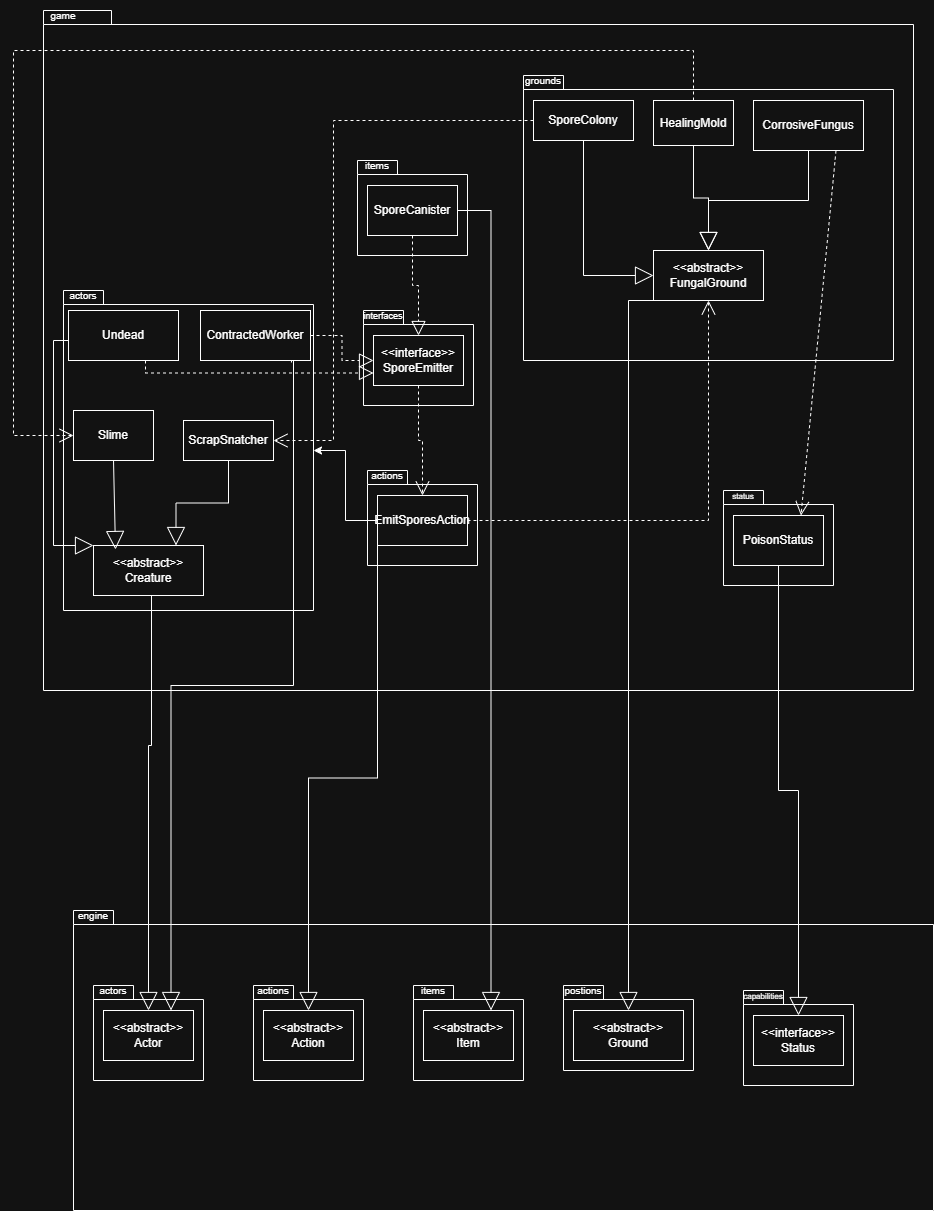
This is docs/design/ass3/REQ3-uml.png from ennn05/Garbage-Collector-Inc., a draw.io export, as it was before one commit. Source tidied: cells renumbered, new cells last; positions are measured from the earlier drawing's top-left corner, leaving out a move shared by most shapes.
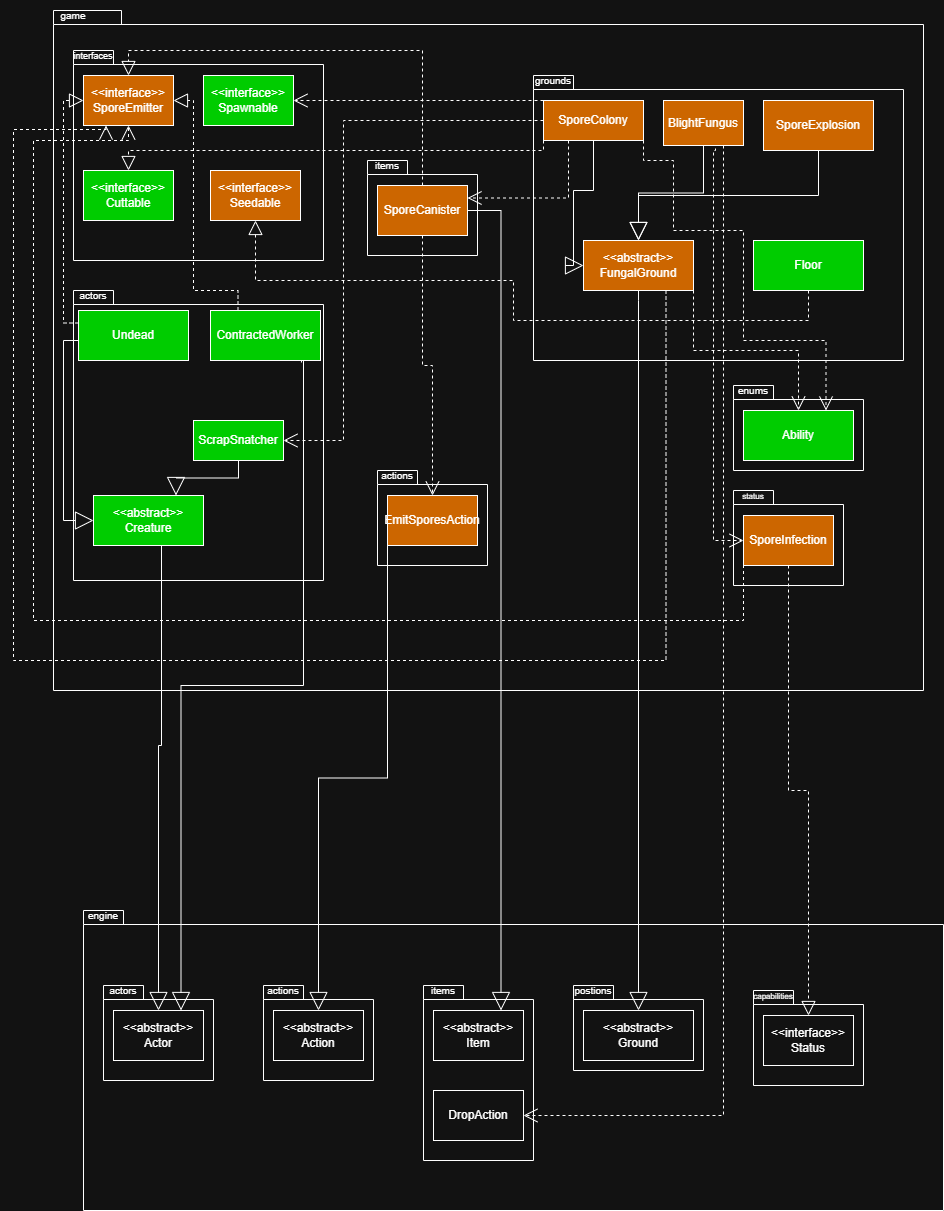
After the commit.

Commit message:
Docs: Req3 uml update

Change to the diagram source:
```diff
@@ -11,3 +11,3 @@
     <mxCell id="4" style="shape=folder;fontStyle=1;spacingTop=10;tabWidth=40;tabHeight=14;tabPosition=left;html=1;whiteSpace=wrap;" parent="1" vertex="1">
-      <mxGeometry x="50" y="290" width="250" height="320" as="geometry" />
+      <mxGeometry x="50" y="290" width="250" height="290" as="geometry" />
     </mxCell>
@@ -16,10 +16,10 @@
     </mxCell>
-    <mxCell id="6" value="Undead" style="html=1;whiteSpace=wrap;" parent="1" vertex="1">
+    <mxCell id="6" value="Undead" style="html=1;whiteSpace=wrap;fillColor=light-dark(#FFFFFF,#00CC00);" parent="1" vertex="1">
       <mxGeometry x="55" y="310" width="110" height="50" as="geometry" />
     </mxCell>
-    <mxCell id="7" value="ContractedWorker" style="html=1;whiteSpace=wrap;" parent="1" vertex="1">
+    <mxCell id="7" value="ContractedWorker" style="html=1;whiteSpace=wrap;fillColor=light-dark(#FFFFFF,#00CC00);" parent="1" vertex="1">
       <mxGeometry x="187" y="310" width="110" height="50" as="geometry" />
     </mxCell>
-    <mxCell id="8" value="&amp;lt;&amp;lt;abstract&amp;gt;&amp;gt;&lt;div&gt;Creature&lt;/div&gt;" style="html=1;whiteSpace=wrap;" parent="1" vertex="1">
-      <mxGeometry x="80" y="545" width="110" height="50" as="geometry" />
+    <mxCell id="8" value="&amp;lt;&amp;lt;abstract&amp;gt;&amp;gt;&lt;div&gt;Creature&lt;/div&gt;" style="html=1;whiteSpace=wrap;fillColor=light-dark(#FFFFFF,#00CC00);" parent="1" vertex="1">
+      <mxGeometry x="70" y="495" width="110" height="50" as="geometry" />
     </mxCell>
@@ -59,3 +59,3 @@
     <mxCell id="20" style="shape=folder;fontStyle=1;spacingTop=10;tabWidth=40;tabHeight=14;tabPosition=left;html=1;whiteSpace=wrap;" parent="1" vertex="1">
-      <mxGeometry x="400" y="985" width="110" height="95" as="geometry" />
+      <mxGeometry x="400" y="985" width="110" height="175" as="geometry" />
     </mxCell>
@@ -84,3 +84,3 @@
     </mxCell>
-    <mxCell id="27" style="endArrow=block;endSize=16;endFill=0;html=1;rounded=0;exitX=0;exitY=0.5;exitDx=0;exitDy=0;entryX=0;entryY=0;entryDx=0;entryDy=0;edgeStyle=orthogonalEdgeStyle;" parent="1" edge="1" source="6" target="8">
+    <mxCell id="27" style="endArrow=block;endSize=16;endFill=0;html=1;rounded=0;exitX=0;exitY=0.5;exitDx=0;exitDy=0;entryX=0;entryY=0.5;entryDx=0;entryDy=0;edgeStyle=orthogonalEdgeStyle;" parent="1" edge="1" source="6" target="8">
       <mxGeometry relative="1" as="geometry">
@@ -89,3 +89,3 @@
           <mxPoint x="40" y="340" />
-          <mxPoint x="40" y="545" />
+          <mxPoint x="40" y="520" />
         </Array>
@@ -109,3 +109,3 @@
     </mxCell>
-    <mxCell id="31" value="SporeCanister" style="html=1;whiteSpace=wrap;" parent="1" vertex="1">
+    <mxCell id="31" value="SporeCanister" style="html=1;whiteSpace=wrap;fillColor=light-dark(#FFFFFF,#CC6600);" parent="1" vertex="1">
       <mxGeometry x="354" y="185" width="90" height="50" as="geometry" />
@@ -113,9 +113,9 @@
     <mxCell id="32" style="shape=folder;fontStyle=1;spacingTop=10;tabWidth=40;tabHeight=14;tabPosition=left;html=1;whiteSpace=wrap;" parent="1" vertex="1">
-      <mxGeometry x="350" y="310" width="110" height="95" as="geometry" />
+      <mxGeometry x="50" y="50" width="250" height="210" as="geometry" />
     </mxCell>
     <mxCell id="33" value="&lt;font style=&quot;font-size: 9px;&quot;&gt;interfaces&lt;/font&gt;" style="text;html=1;whiteSpace=wrap;strokeColor=none;fillColor=none;align=center;verticalAlign=middle;rounded=0;" parent="1" vertex="1">
-      <mxGeometry x="340" y="300" width="60" height="30" as="geometry" />
+      <mxGeometry x="40" y="40" width="60" height="30" as="geometry" />
     </mxCell>
-    <mxCell id="34" value="&amp;lt;&amp;lt;interface&amp;gt;&amp;gt;&lt;div&gt;SporeEmitter&lt;/div&gt;" style="html=1;whiteSpace=wrap;" parent="1" vertex="1">
-      <mxGeometry x="360" y="335" width="90" height="50" as="geometry" />
+    <mxCell id="34" value="&amp;lt;&amp;lt;interface&amp;gt;&amp;gt;&lt;div&gt;SporeEmitter&lt;/div&gt;" style="html=1;whiteSpace=wrap;fillColor=light-dark(#FFFFFF,#CC6600);" parent="1" vertex="1">
+      <mxGeometry x="60" y="75" width="90" height="50" as="geometry" />
     </mxCell>
@@ -127,6 +127,3 @@
     </mxCell>
-    <mxCell id="37" style="edgeStyle=orthogonalEdgeStyle;rounded=0;jettySize=auto;html=1;" parent="1" edge="1" source="38" target="4">
-      <mxGeometry relative="1" as="geometry" />
-    </mxCell>
-    <mxCell id="38" value="EmitSporesAction" style="html=1;whiteSpace=wrap;" parent="1" vertex="1">
+    <mxCell id="38" value="EmitSporesAction" style="html=1;whiteSpace=wrap;fillColor=light-dark(#FFFFFF,#CC6600);" parent="1" vertex="1">
       <mxGeometry x="364" y="495" width="90" height="50" as="geometry" />
@@ -136,5 +133,2 @@
     </mxCell>
-    <mxCell id="40" style="endArrow=open;endSize=12;dashed=1;html=1;rounded=0;exitX=0.5;exitY=1;exitDx=0;exitDy=0;entryX=0.5;entryY=0;entryDx=0;entryDy=0;edgeStyle=orthogonalEdgeStyle;" parent="1" edge="1" source="34" target="38">
-      <mxGeometry relative="1" as="geometry" />
-    </mxCell>
     <mxCell id="41" style="endArrow=block;endSize=16;endFill=0;html=1;rounded=0;exitX=1;exitY=0.5;exitDx=0;exitDy=0;entryX=0.75;entryY=0;entryDx=0;entryDy=0;edgeStyle=orthogonalEdgeStyle;" parent="1" edge="1" source="31" target="22">
@@ -142,18 +136,3 @@
     </mxCell>
-    <mxCell id="42" style="endArrow=block;dashed=1;endFill=0;endSize=12;html=1;rounded=0;exitX=1;exitY=0.5;exitDx=0;exitDy=0;entryX=0;entryY=0.5;entryDx=0;entryDy=0;edgeStyle=orthogonalEdgeStyle;" parent="1" edge="1" source="7" target="34">
-      <mxGeometry relative="1" as="geometry" />
-    </mxCell>
-    <mxCell id="43" style="endArrow=block;dashed=1;endFill=0;endSize=12;html=1;rounded=0;exitX=0.7;exitY=1;exitDx=0;exitDy=0;exitPerimeter=0;entryX=0;entryY=0.75;entryDx=0;entryDy=0;edgeStyle=orthogonalEdgeStyle;" parent="1" edge="1" source="6" target="34">
-      <mxGeometry relative="1" as="geometry" />
-    </mxCell>
-    <mxCell id="44" style="endArrow=block;dashed=1;endFill=0;endSize=12;html=1;rounded=0;exitX=0.5;exitY=1;exitDx=0;exitDy=0;entryX=0.5;entryY=0;entryDx=0;entryDy=0;edgeStyle=orthogonalEdgeStyle;" parent="1" edge="1" source="31" target="34">
-      <mxGeometry relative="1" as="geometry" />
-    </mxCell>
-    <mxCell id="45" value="Slime" style="html=1;whiteSpace=wrap;" parent="1" vertex="1">
-      <mxGeometry x="60" y="410" width="80" height="50" as="geometry" />
-    </mxCell>
-    <mxCell id="46" style="endArrow=block;endSize=16;endFill=0;html=1;rounded=0;exitX=0.5;exitY=1;exitDx=0;exitDy=0;entryX=0.2;entryY=0.08;entryDx=0;entryDy=0;entryPerimeter=0;" parent="1" edge="1" source="45" target="8">
-      <mxGeometry relative="1" as="geometry" />
-    </mxCell>
-    <mxCell id="47" value="ScrapSnatcher" style="html=1;whiteSpace=wrap;" parent="1" vertex="1">
+    <mxCell id="47" value="ScrapSnatcher" style="html=1;whiteSpace=wrap;fillColor=light-dark(#FFFFFF,#00CC00);" parent="1" vertex="1">
       <mxGeometry x="170" y="420" width="90" height="40" as="geometry" />
@@ -169,3 +148,3 @@
     </mxCell>
-    <mxCell id="51" value="SporeColony" style="html=1;whiteSpace=wrap;" parent="1" vertex="1">
+    <mxCell id="51" value="SporeColony" style="html=1;whiteSpace=wrap;fillColor=light-dark(#FFFFFF,#CC6600);" parent="1" vertex="1">
       <mxGeometry x="520" y="100" width="100" height="40" as="geometry" />
@@ -180,19 +159,10 @@
     </mxCell>
-    <mxCell id="53" value="HealingMold" style="html=1;whiteSpace=wrap;" parent="1" vertex="1">
+    <mxCell id="53" value="BlightFungus" style="html=1;whiteSpace=wrap;fillColor=light-dark(#FFFFFF,#CC6600);" parent="1" vertex="1">
       <mxGeometry x="640" y="100" width="80" height="45" as="geometry" />
     </mxCell>
-    <mxCell id="54" style="endArrow=open;endSize=12;dashed=1;html=1;rounded=0;exitX=0.5;exitY=0;exitDx=0;exitDy=0;entryX=0;entryY=0.5;entryDx=0;entryDy=0;edgeStyle=orthogonalEdgeStyle;" parent="1" edge="1" source="53" target="45">
-      <mxGeometry relative="1" as="geometry">
-        <Array as="points">
-          <mxPoint x="680" y="50" />
-          <mxPoint y="50" />
-          <mxPoint y="435" />
-        </Array>
-      </mxGeometry>
-    </mxCell>
-    <mxCell id="55" value="CorrosiveFungus&lt;span style=&quot;color: rgba(0, 0, 0, 0); font-family: monospace; font-size: 0px; text-align: start; white-space: nowrap;&quot;&gt;%3CmxGraphModel%3E%3Croot%3E%3CmxCell%20id%3D%220%22%2F%3E%3CmxCell%20id%3D%221%22%20parent%3D%220%22%2F%3E%3CmxCell%20id%3D%222%22%20parent%3D%221%22%20style%3D%22shape%3Dfolder%3BfontStyle%3D1%3BspacingTop%3D10%3BtabWidth%3D40%3BtabHeight%3D14%3BtabPosition%3Dleft%3Bhtml%3D1%3BwhiteSpace%3Dwrap%3B%22%20value%3D%22%22%20vertex%3D%221%22%3E%3CmxGeometry%20height%3D%2285%22%20width%3D%22130%22%20x%3D%22570%22%20y%3D%221025%22%20as%3D%22geometry%22%2F%3E%3C%2FmxCell%3E%3CmxCell%20id%3D%223%22%20parent%3D%221%22%20style%3D%22text%3Bhtml%3D1%3BwhiteSpace%3Dwrap%3BstrokeColor%3Dnone%3BfillColor%3Dnone%3Balign%3Dcenter%3BverticalAlign%3Dmiddle%3Brounded%3D0%3B%22%20value%3D%22%26lt%3Bfont%20style%3D%26quot%3Bfont-size%3A%2010px%3B%26quot%3B%26gt%3Bpostions%26lt%3B%2Ffont%26gt%3B%22%20vertex%3D%221%22%3E%3CmxGeometry%20height%3D%2230%22%20width%3D%2260%22%20x%3D%22560%22%20y%3D%221015%22%20as%3D%22geometry%22%2F%3E%3C%2FmxCell%3E%3CmxCell%20id%3D%224%22%20parent%3D%221%22%20style%3D%22html%3D1%3BwhiteSpace%3Dwrap%3B%22%20value%3D%22%26amp%3Blt%3B%26amp%3Blt%3Babstract%26amp%3Bgt%3B%26amp%3Bgt%3B%26lt%3Bbr%26gt%3BGround%22%20vertex%3D%221%22%3E%3CmxGeometry%20height%3D%2250%22%20width%3D%22110%22%20x%3D%22580%22%20y%3D%221050%22%20as%3D%22geometry%22%2F%3E%3C%2FmxCell%3E%3C%2Froot%3E%3C%2FmxGraphModel%3&lt;/span&gt;" style="html=1;whiteSpace=wrap;" parent="1" vertex="1">
+    <mxCell id="55" value="SporeExplosion" style="html=1;whiteSpace=wrap;fillColor=light-dark(#FFFFFF,#CC6600);" parent="1" vertex="1">
       <mxGeometry x="740" y="100" width="110" height="50" as="geometry" />
     </mxCell>
-    <mxCell id="56" value="&amp;lt;&amp;lt;abstract&amp;gt;&amp;gt;&lt;div&gt;FungalGround&lt;/div&gt;" style="html=1;whiteSpace=wrap;" parent="1" vertex="1">
-      <mxGeometry x="640" y="250" width="110" height="50" as="geometry" />
+    <mxCell id="56" value="&amp;lt;&amp;lt;abstract&amp;gt;&amp;gt;&lt;div&gt;FungalGround&lt;/div&gt;" style="html=1;whiteSpace=wrap;fillColor=light-dark(#FFFFFF,#CC6600);" parent="1" vertex="1">
+      <mxGeometry x="560" y="240" width="110" height="50" as="geometry" />
     </mxCell>
@@ -220,14 +190,132 @@
     </mxCell>
-    <mxCell id="63" value="PoisonStatus" style="html=1;whiteSpace=wrap;" parent="1" vertex="1">
+    <mxCell id="63" value="SporeInfection" style="html=1;whiteSpace=wrap;fillColor=light-dark(#FFFFFF,#CC6600);" parent="1" vertex="1">
       <mxGeometry x="720" y="515" width="90" height="50" as="geometry" />
     </mxCell>
-    <mxCell id="64" style="endArrow=open;endSize=12;dashed=1;html=1;rounded=0;exitX=0.75;exitY=1;exitDx=0;exitDy=0;entryX=0.75;entryY=0;entryDx=0;entryDy=0;" parent="1" edge="1" source="55" target="63">
-      <mxGeometry relative="1" as="geometry" />
+    <mxCell id="64" style="endArrow=open;endSize=12;dashed=1;html=1;rounded=0;exitX=0.65;exitY=1.067;exitDx=0;exitDy=0;entryX=0;entryY=0.5;entryDx=0;entryDy=0;edgeStyle=orthogonalEdgeStyle;exitPerimeter=0;" parent="1" edge="1" source="53" target="63">
+      <mxGeometry relative="1" as="geometry">
+        <Array as="points">
+          <mxPoint x="692" y="150" />
+          <mxPoint x="690" y="150" />
+          <mxPoint x="690" y="540" />
+        </Array>
+      </mxGeometry>
     </mxCell>
+    <mxCell id="67" style="shape=folder;fontStyle=1;spacingTop=10;tabWidth=40;tabHeight=14;tabPosition=left;html=1;whiteSpace=wrap;" parent="1" vertex="1">
+      <mxGeometry x="710" y="385" width="130" height="85" as="geometry" />
+    </mxCell>
+    <mxCell id="68" value="&lt;span style=&quot;font-size: 10px;&quot;&gt;enums&lt;/span&gt;" style="text;html=1;whiteSpace=wrap;strokeColor=none;fillColor=none;align=center;verticalAlign=middle;rounded=0;" parent="1" vertex="1">
+      <mxGeometry x="700" y="375" width="60" height="30" as="geometry" />
+    </mxCell>
+    <mxCell id="69" value="Ability" style="html=1;whiteSpace=wrap;fillColor=light-dark(#FFFFFF,#00CC00);" parent="1" vertex="1">
+      <mxGeometry x="720" y="410" width="110" height="50" as="geometry" />
+    </mxCell>
+    <mxCell id="70" value="DropAction" style="html=1;whiteSpace=wrap;" parent="1" vertex="1">
+      <mxGeometry x="410" y="1090" width="90" height="50" as="geometry" />
+    </mxCell>
+    <mxCell id="71" value="Floor" style="html=1;whiteSpace=wrap;fillColor=light-dark(#FFFFFF,#00CC00);" parent="1" vertex="1">
+      <mxGeometry x="730" y="240" width="110" height="50" as="geometry" />
+    </mxCell>
+    <mxCell id="72" value="&amp;lt;&amp;lt;interface&amp;gt;&amp;gt;&lt;div&gt;Cuttable&lt;/div&gt;" style="html=1;whiteSpace=wrap;fillColor=light-dark(#FFFFFF,#00CC00);" parent="1" vertex="1">
+      <mxGeometry x="60" y="170" width="90" height="50" as="geometry" />
+    </mxCell>
+    <mxCell id="73" value="&amp;lt;&amp;lt;interface&amp;gt;&amp;gt;&lt;div&gt;Spawnable&lt;span style=&quot;color: rgba(0, 0, 0, 0); font-family: monospace; font-size: 0px; text-align: start; white-space: nowrap; background-color: transparent;&quot;&gt;%3CmxGraphModel%3E%3Croot%3E%3CmxCell%20id%3D%220%22%2F%3E%3CmxCell%20id%3D%221%22%20parent%3D%220%22%2F%3E%3CmxCell%20id%3D%222%22%20parent%3D%221%22%20style%3D%22html%3D1%3BwhiteSpace%3Dwrap%3B%22%20value%3D%22%26amp%3Blt%3B%26amp%3Blt%3Binterface%26amp%3Bgt%3B%26amp%3Bgt%3B%26lt%3Bdiv%26gt%3BSporeEmitter%26lt%3B%2Fdiv%26gt%3B%22%20vertex%3D%221%22%3E%3CmxGeometry%20height%3D%2250%22%20width%3D%2290%22%20x%3D%2280%22%20y%3D%22115%22%20as%3D%22geometry%22%2F%3E%3C%2FmxCell%3E%3C%2Froot%3E%3C%2FmxGraphModel%3E&lt;/span&gt;&lt;/div&gt;" style="html=1;whiteSpace=wrap;fillColor=light-dark(#FFFFFF,#00CC00);" parent="1" vertex="1">
+      <mxGeometry x="180" y="75" width="90" height="50" as="geometry" />
+    </mxCell>
+    <mxCell id="74" value="&amp;lt;&amp;lt;interface&amp;gt;&amp;gt;&lt;div&gt;Seedable&lt;/div&gt;" style="html=1;whiteSpace=wrap;fillColor=light-dark(#FFFFFF,#CC6600);" parent="1" vertex="1">
+      <mxGeometry x="187" y="170" width="90" height="50" as="geometry" />
+    </mxCell>
+    <mxCell id="75" style="endArrow=open;endSize=12;dashed=1;html=1;rounded=0;exitX=0.75;exitY=1;exitDx=0;exitDy=0;entryX=1;entryY=0.5;entryDx=0;entryDy=0;edgeStyle=orthogonalEdgeStyle;" parent="1" edge="1" source="53" target="70">
+      <mxGeometry relative="1" as="geometry" />
+    </mxCell>
-    <mxCell id="65" style="endArrow=block;endSize=16;endFill=0;html=1;rounded=0;exitX=0.5;exitY=1;exitDx=0;exitDy=0;entryX=0.5;entryY=0;entryDx=0;entryDy=0;edgeStyle=orthogonalEdgeStyle;" parent="1" edge="1" source="63" target="25">
+    <mxCell id="65" style="endArrow=block;dashed=1;endFill=0;endSize=12;html=1;rounded=0;exitX=0.5;exitY=1;exitDx=0;exitDy=0;entryX=0.5;entryY=0;entryDx=0;entryDy=0;edgeStyle=orthogonalEdgeStyle;" parent="1" edge="1" source="63" target="25">
       <mxGeometry relative="1" as="geometry" />
     </mxCell>
-    <mxCell id="66" style="endArrow=open;endSize=12;dashed=1;html=1;rounded=0;exitX=1;exitY=0.5;exitDx=0;exitDy=0;entryX=0.5;entryY=1;entryDx=0;entryDy=0;edgeStyle=orthogonalEdgeStyle;" parent="1" edge="1" source="38" target="56">
-      <mxGeometry relative="1" as="geometry" />
-    </mxCell>
+    <mxCell id="43" style="endArrow=block;dashed=1;endFill=0;endSize=12;html=1;rounded=0;entryX=0;entryY=0.5;entryDx=0;entryDy=0;exitX=0;exitY=0.25;exitDx=0;exitDy=0;edgeStyle=orthogonalEdgeStyle;" parent="1" edge="1" source="6" target="34">
+      <mxGeometry relative="1" as="geometry">
+        <Array as="points">
+          <mxPoint x="40" y="323" />
+          <mxPoint x="40" y="100" />
+        </Array>
+      </mxGeometry>
+    </mxCell>
+    <mxCell id="42" style="endArrow=block;dashed=1;endFill=0;endSize=12;html=1;rounded=0;exitX=0.25;exitY=0;exitDx=0;exitDy=0;entryX=1;entryY=0.5;entryDx=0;entryDy=0;edgeStyle=orthogonalEdgeStyle;" parent="1" edge="1" source="7" target="34">
+      <mxGeometry relative="1" as="geometry">
+        <Array as="points">
+          <mxPoint x="215" y="290" />
+          <mxPoint x="170" y="290" />
+          <mxPoint x="170" y="100" />
+        </Array>
+      </mxGeometry>
+    </mxCell>
+    <mxCell id="44" style="endArrow=block;dashed=1;endFill=0;endSize=12;html=1;rounded=0;exitX=0.5;exitY=0;exitDx=0;exitDy=0;entryX=0.5;entryY=0;entryDx=0;entryDy=0;edgeStyle=orthogonalEdgeStyle;" parent="1" edge="1" source="31" target="34">
+      <mxGeometry relative="1" as="geometry">
+        <Array as="points">
+          <mxPoint x="399" y="50" />
+          <mxPoint x="105" y="50" />
+        </Array>
+      </mxGeometry>
+    </mxCell>
+    <mxCell id="76" style="endArrow=block;dashed=1;endFill=0;endSize=12;html=1;rounded=0;entryX=0.5;entryY=1;entryDx=0;entryDy=0;exitX=0.5;exitY=1;exitDx=0;exitDy=0;edgeStyle=orthogonalEdgeStyle;" parent="1" edge="1" source="71" target="74">
+      <mxGeometry relative="1" as="geometry">
+        <Array as="points">
+          <mxPoint x="785" y="320" />
+          <mxPoint x="490" y="320" />
+          <mxPoint x="490" y="280" />
+          <mxPoint x="232" y="280" />
+        </Array>
+      </mxGeometry>
+    </mxCell>
+    <mxCell id="77" style="endArrow=block;dashed=1;endFill=0;endSize=12;html=1;rounded=0;entryX=0.5;entryY=0;entryDx=0;entryDy=0;edgeStyle=orthogonalEdgeStyle;" parent="1" edge="1" target="72">
+      <mxGeometry relative="1" as="geometry">
+        <mxPoint x="520" y="140" as="sourcePoint" />
+        <Array as="points">
+          <mxPoint x="520" y="150" />
+          <mxPoint x="105" y="150" />
+        </Array>
+      </mxGeometry>
+    </mxCell>
+    <mxCell id="78" style="endArrow=open;endSize=12;dashed=1;html=1;rounded=0;exitX=0.5;exitY=1;exitDx=0;exitDy=0;entryX=0.5;entryY=0;entryDx=0;entryDy=0;edgeStyle=orthogonalEdgeStyle;" parent="1" edge="1" source="31" target="38">
+      <mxGeometry relative="1" as="geometry" />
+    </mxCell>
+    <mxCell id="79" style="endArrow=open;endSize=12;dashed=1;html=1;rounded=0;exitX=0;exitY=0.75;exitDx=0;exitDy=0;entryX=0.5;entryY=1;entryDx=0;entryDy=0;edgeStyle=orthogonalEdgeStyle;" parent="1" edge="1" source="63" target="34">
+      <mxGeometry relative="1" as="geometry">
+        <Array as="points">
+          <mxPoint x="720" y="620" />
+          <mxPoint x="10" y="620" />
+          <mxPoint x="10" y="140" />
+          <mxPoint x="105" y="140" />
+        </Array>
+      </mxGeometry>
+    </mxCell>
+    <mxCell id="80" style="endArrow=open;endSize=12;dashed=1;html=1;rounded=0;entryX=0.25;entryY=1;entryDx=0;entryDy=0;exitX=0.75;exitY=1;exitDx=0;exitDy=0;edgeStyle=orthogonalEdgeStyle;" parent="1" edge="1" source="56" target="34">
+      <mxGeometry relative="1" as="geometry">
+        <Array as="points">
+          <mxPoint x="643" y="660" />
+          <mxPoint x="-10" y="660" />
+          <mxPoint x="-10" y="129" />
+          <mxPoint x="83" y="129" />
+        </Array>
+      </mxGeometry>
+    </mxCell>
+    <mxCell id="81" style="endArrow=open;endSize=12;dashed=1;html=1;rounded=0;exitX=1;exitY=1;exitDx=0;exitDy=0;entryX=0.5;entryY=0;entryDx=0;entryDy=0;edgeStyle=orthogonalEdgeStyle;" parent="1" edge="1" source="56" target="69">
+      <mxGeometry relative="1" as="geometry" />
+    </mxCell>
+    <mxCell id="82" style="endArrow=open;endSize=12;dashed=1;html=1;rounded=0;exitX=0.25;exitY=1;exitDx=0;exitDy=0;entryX=1;entryY=0.25;entryDx=0;entryDy=0;edgeStyle=orthogonalEdgeStyle;" parent="1" edge="1" source="51" target="31">
+      <mxGeometry relative="1" as="geometry" />
+    </mxCell>
+    <mxCell id="83" style="endArrow=open;endSize=12;dashed=1;html=1;rounded=0;exitX=0;exitY=0;exitDx=0;exitDy=0;entryX=1;entryY=0.5;entryDx=0;entryDy=0;" parent="1" edge="1" source="51" target="73">
+      <mxGeometry relative="1" as="geometry" />
+    </mxCell>
+    <mxCell id="84" style="endArrow=open;endSize=12;dashed=1;html=1;rounded=0;exitX=1;exitY=1;exitDx=0;exitDy=0;entryX=0.75;entryY=0;entryDx=0;entryDy=0;edgeStyle=orthogonalEdgeStyle;" parent="1" edge="1" source="51" target="69">
+      <mxGeometry relative="1" as="geometry">
+        <Array as="points">
+          <mxPoint x="620" y="160" />
+          <mxPoint x="650" y="160" />
+          <mxPoint x="650" y="230" />
+          <mxPoint x="720" y="230" />
+          <mxPoint x="720" y="340" />
+          <mxPoint x="803" y="340" />
+        </Array>
+      </mxGeometry>
+    </mxCell>
   </root>
```
